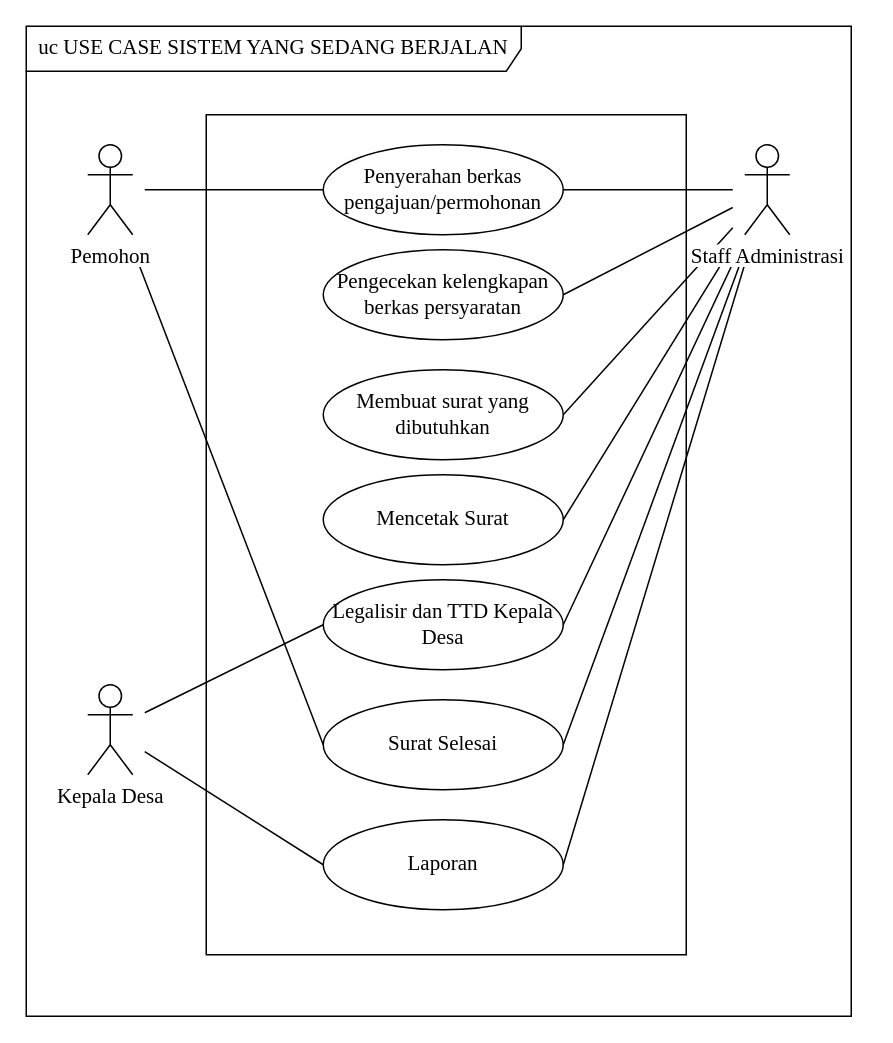
This is page "use case" (1 of 2) of prosedur yang berjalan.drawio from AkbarMarunduri/Saga-Diagram, a draw.io file, before an edit. Source tidied: cells renumbered, new cells numbered last; positions are measured from the earlier drawing's top-left corner, leaving out a move shared by most shapes. Both pictures are drawn from the tidied source at 150%, with x=0, y=0 at pixel (26, 26).
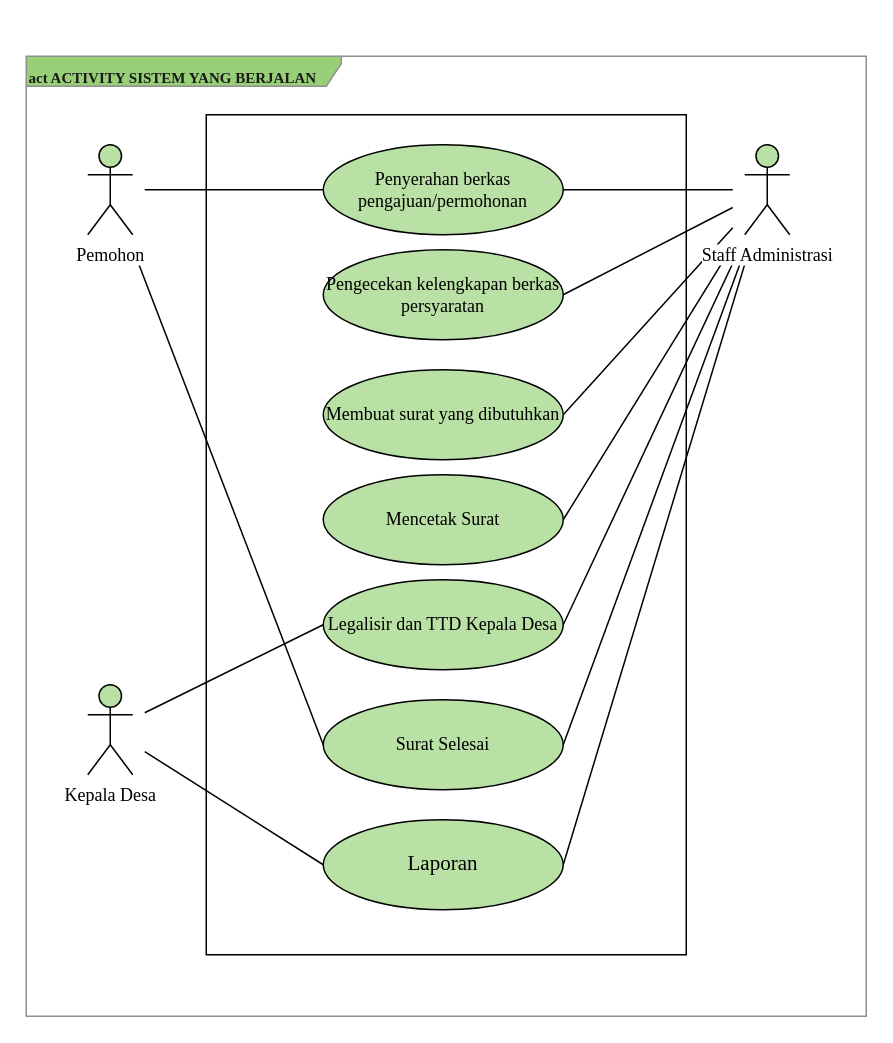
The same page after the edit.

What changed in the source:
```diff
@@
-    <mxCell id="2" value="uc USE CASE SISTEM YANG SEDANG BERJALAN" style="shape=umlFrame;whiteSpace=wrap;html=1;labelBackgroundColor=#FFFFFF;hachureGap=4;fontFamily=Times New Roman;fontSize=14;fillColor=none;width=330;height=30;" parent="1" vertex="1">
-      <mxGeometry width="550" height="660" as="geometry" />
-    </mxCell>
+    <mxCell id="25" value="&lt;font size=&quot;1&quot;&gt;&lt;b&gt;act ACTIVITY SISTEM YANG BERJALAN&lt;/b&gt;&lt;/font&gt;" style="shape=umlFrame;whiteSpace=wrap;html=1;hachureGap=4;fontFamily=Times New Roman;fontSize=20;width=210;height=20;fillColor=#97D077;strokeColor=#909090;fontColor=#1A1A1A;align=left;" parent="1" vertex="1">
+      <mxGeometry y="20" width="560" height="640" as="geometry" />
+    </mxCell>
@@
-    <mxCell id="4" style="edgeStyle=none;curved=1;rounded=0;hachureGap=4;jettySize=auto;html=1;entryX=0;entryY=0.5;entryDx=0;entryDy=0;fontFamily=Times New Roman;fontSize=14;endArrow=none;startSize=14;endSize=14;sourcePerimeterSpacing=8;targetPerimeterSpacing=8;endFill=0;" parent="1" edge="1" source="6" target="15">
+    <mxCell id="4" style="edgeStyle=none;curved=1;rounded=0;hachureGap=4;jettySize=auto;html=1;entryX=0;entryY=0.5;entryDx=0;entryDy=0;fontFamily=Times New Roman;fontSize=12;endArrow=none;startSize=14;endSize=14;sourcePerimeterSpacing=8;targetPerimeterSpacing=8;endFill=0;" parent="1" edge="1" source="6" target="15">
       <mxGeometry relative="1" as="geometry" />
     </mxCell>
-    <mxCell id="5" style="edgeStyle=none;curved=1;rounded=0;hachureGap=4;jettySize=auto;html=1;entryX=0;entryY=0.5;entryDx=0;entryDy=0;fontFamily=Times New Roman;fontSize=14;endArrow=none;endFill=0;startSize=14;endSize=14;sourcePerimeterSpacing=8;targetPerimeterSpacing=8;" parent="1" edge="1" source="6" target="20">
+    <mxCell id="5" style="edgeStyle=none;curved=1;rounded=0;hachureGap=4;jettySize=auto;html=1;entryX=0;entryY=0.5;entryDx=0;entryDy=0;fontFamily=Times New Roman;fontSize=12;endArrow=none;endFill=0;startSize=14;endSize=14;sourcePerimeterSpacing=8;targetPerimeterSpacing=8;" parent="1" edge="1" source="6" target="20">
       <mxGeometry relative="1" as="geometry" />
     </mxCell>
-    <mxCell id="6" value="&lt;span style=&quot;background-color: rgb(255 , 255 , 255)&quot;&gt;Pemohon&lt;/span&gt;" style="shape=umlActor;verticalLabelPosition=bottom;verticalAlign=top;html=1;outlineConnect=0;hachureGap=4;fontFamily=Times New Roman;fontSize=14;fillColor=none;" parent="1" vertex="1">
+    <mxCell id="6" value="&lt;span style=&quot;background-color: rgb(255, 255, 255); font-size: 12px;&quot;&gt;Pemohon&lt;/span&gt;" style="shape=umlActor;verticalLabelPosition=bottom;verticalAlign=top;html=1;outlineConnect=0;hachureGap=4;fontFamily=Times New Roman;fontSize=12;fillColor=#B9E0A5;" parent="1" vertex="1">
       <mxGeometry x="41" y="79" width="30" height="60" as="geometry" />
     </mxCell>
-    <mxCell id="7" style="edgeStyle=none;curved=1;rounded=0;hachureGap=4;jettySize=auto;html=1;entryX=1;entryY=0.5;entryDx=0;entryDy=0;fontFamily=Times New Roman;fontSize=14;endArrow=none;endFill=0;startSize=14;endSize=14;sourcePerimeterSpacing=8;targetPerimeterSpacing=8;" parent="1" edge="1" source="24" target="15">
+    <mxCell id="7" style="edgeStyle=none;curved=1;rounded=0;hachureGap=4;jettySize=auto;html=1;entryX=1;entryY=0.5;entryDx=0;entryDy=0;fontFamily=Times New Roman;fontSize=12;endArrow=none;endFill=0;startSize=14;endSize=14;sourcePerimeterSpacing=8;targetPerimeterSpacing=8;" parent="1" edge="1" source="24" target="15">
       <mxGeometry relative="1" as="geometry" />
     </mxCell>
-    <mxCell id="8" style="edgeStyle=none;curved=1;rounded=0;hachureGap=4;jettySize=auto;html=1;entryX=1;entryY=0.5;entryDx=0;entryDy=0;fontFamily=Times New Roman;fontSize=14;endArrow=none;endFill=0;startSize=14;endSize=14;sourcePerimeterSpacing=8;targetPerimeterSpacing=8;" parent="1" edge="1" source="24" target="16">
+    <mxCell id="8" style="edgeStyle=none;curved=1;rounded=0;hachureGap=4;jettySize=auto;html=1;entryX=1;entryY=0.5;entryDx=0;entryDy=0;fontFamily=Times New Roman;fontSize=12;endArrow=none;endFill=0;startSize=14;endSize=14;sourcePerimeterSpacing=8;targetPerimeterSpacing=8;" parent="1" edge="1" source="24" target="16">
       <mxGeometry relative="1" as="geometry" />
     </mxCell>
-    <mxCell id="9" style="edgeStyle=none;curved=1;rounded=0;hachureGap=4;jettySize=auto;html=1;entryX=1;entryY=0.5;entryDx=0;entryDy=0;fontFamily=Times New Roman;fontSize=14;endArrow=none;endFill=0;startSize=14;endSize=14;sourcePerimeterSpacing=8;targetPerimeterSpacing=8;" parent="1" edge="1" source="24" target="17">
+    <mxCell id="9" style="edgeStyle=none;curved=1;rounded=0;hachureGap=4;jettySize=auto;html=1;entryX=1;entryY=0.5;entryDx=0;entryDy=0;fontFamily=Times New Roman;fontSize=12;endArrow=none;endFill=0;startSize=14;endSize=14;sourcePerimeterSpacing=8;targetPerimeterSpacing=8;" parent="1" edge="1" source="24" target="17">
       <mxGeometry relative="1" as="geometry" />
     </mxCell>
-    <mxCell id="10" style="edgeStyle=none;curved=1;rounded=0;hachureGap=4;jettySize=auto;html=1;entryX=1;entryY=0.5;entryDx=0;entryDy=0;fontFamily=Times New Roman;fontSize=14;endArrow=none;endFill=0;startSize=14;endSize=14;sourcePerimeterSpacing=8;targetPerimeterSpacing=8;" parent="1" edge="1" source="24" target="18">
+    <mxCell id="10" style="edgeStyle=none;curved=1;rounded=0;hachureGap=4;jettySize=auto;html=1;entryX=1;entryY=0.5;entryDx=0;entryDy=0;fontFamily=Times New Roman;fontSize=12;endArrow=none;endFill=0;startSize=14;endSize=14;sourcePerimeterSpacing=8;targetPerimeterSpacing=8;" parent="1" edge="1" source="24" target="18">
       <mxGeometry relative="1" as="geometry" />
     </mxCell>
@@
-    <mxCell id="13" style="edgeStyle=none;curved=1;rounded=0;hachureGap=4;jettySize=auto;html=1;entryX=0;entryY=0.5;entryDx=0;entryDy=0;fontFamily=Times New Roman;fontSize=14;endArrow=none;endFill=0;startSize=14;endSize=14;sourcePerimeterSpacing=8;targetPerimeterSpacing=8;" parent="1" edge="1" source="14" target="19">
+    <mxCell id="13" style="edgeStyle=none;curved=1;rounded=0;hachureGap=4;jettySize=auto;html=1;entryX=0;entryY=0.5;entryDx=0;entryDy=0;fontFamily=Times New Roman;fontSize=12;endArrow=none;endFill=0;startSize=14;endSize=14;sourcePerimeterSpacing=8;targetPerimeterSpacing=8;" parent="1" edge="1" source="14" target="19">
       <mxGeometry relative="1" as="geometry" />
     </mxCell>
-    <mxCell id="14" value="Kepala Desa" style="shape=umlActor;verticalLabelPosition=bottom;verticalAlign=top;html=1;outlineConnect=0;hachureGap=4;fontFamily=Times New Roman;fontSize=14;fillColor=none;" parent="1" vertex="1">
+    <mxCell id="14" value="Kepala Desa" style="shape=umlActor;verticalLabelPosition=bottom;verticalAlign=top;html=1;outlineConnect=0;hachureGap=4;fontFamily=Times New Roman;fontSize=12;fillColor=#B9E0A5;" parent="1" vertex="1">
       <mxGeometry x="41" y="439" width="30" height="60" as="geometry" />
     </mxCell>
-    <mxCell id="15" value="Penyerahan berkas pengajuan/permohonan" style="ellipse;whiteSpace=wrap;html=1;hachureGap=4;fontFamily=Times New Roman;fontSize=14;fillColor=none;" parent="1" vertex="1">
+    <mxCell id="15" value="Penyerahan berkas pengajuan/permohonan" style="ellipse;whiteSpace=wrap;html=1;hachureGap=4;fontFamily=Times New Roman;fontSize=12;fillColor=#B9E0A5;" parent="1" vertex="1">
       <mxGeometry x="198" y="79" width="160" height="60" as="geometry" />
     </mxCell>
-    <mxCell id="16" value="Pengecekan kelengkapan berkas persyaratan" style="ellipse;whiteSpace=wrap;html=1;hachureGap=4;fontFamily=Times New Roman;fontSize=14;fillColor=none;" parent="1" vertex="1">
+    <mxCell id="16" value="Pengecekan kelengkapan berkas persyaratan" style="ellipse;whiteSpace=wrap;html=1;hachureGap=4;fontFamily=Times New Roman;fontSize=12;fillColor=#B9E0A5;" parent="1" vertex="1">
       <mxGeometry x="198" y="149" width="160" height="60" as="geometry" />
     </mxCell>
-    <mxCell id="17" value="Membuat surat yang dibutuhkan" style="ellipse;whiteSpace=wrap;html=1;hachureGap=4;fontFamily=Times New Roman;fontSize=14;fillColor=none;" parent="1" vertex="1">
+    <mxCell id="17" value="Membuat surat yang dibutuhkan" style="ellipse;whiteSpace=wrap;html=1;hachureGap=4;fontFamily=Times New Roman;fontSize=12;fillColor=#B9E0A5;" parent="1" vertex="1">
       <mxGeometry x="198" y="229" width="160" height="60" as="geometry" />
     </mxCell>
-    <mxCell id="18" value="Mencetak Surat" style="ellipse;whiteSpace=wrap;html=1;hachureGap=4;fontFamily=Times New Roman;fontSize=14;fillColor=none;" parent="1" vertex="1">
+    <mxCell id="18" value="Mencetak Surat" style="ellipse;whiteSpace=wrap;html=1;hachureGap=4;fontFamily=Times New Roman;fontSize=12;fillColor=#B9E0A5;" parent="1" vertex="1">
       <mxGeometry x="198" y="299" width="160" height="60" as="geometry" />
     </mxCell>
-    <mxCell id="19" value="Legalisir dan TTD Kepala Desa" style="ellipse;whiteSpace=wrap;html=1;hachureGap=4;fontFamily=Times New Roman;fontSize=14;fillColor=none;" parent="1" vertex="1">
+    <mxCell id="19" value="Legalisir dan TTD Kepala Desa" style="ellipse;whiteSpace=wrap;html=1;hachureGap=4;fontFamily=Times New Roman;fontSize=12;fillColor=#B9E0A5;" parent="1" vertex="1">
       <mxGeometry x="198" y="369" width="160" height="60" as="geometry" />
     </mxCell>
-    <mxCell id="20" value="Surat Selesai" style="ellipse;whiteSpace=wrap;html=1;hachureGap=4;fontFamily=Times New Roman;fontSize=14;fillColor=none;" parent="1" vertex="1">
+    <mxCell id="20" value="Surat Selesai" style="ellipse;whiteSpace=wrap;html=1;hachureGap=4;fontFamily=Times New Roman;fontSize=12;fillColor=#B9E0A5;" parent="1" vertex="1">
       <mxGeometry x="198" y="449" width="160" height="60" as="geometry" />
     </mxCell>
-    <mxCell id="21" value="Laporan" style="ellipse;whiteSpace=wrap;html=1;hachureGap=4;fontFamily=Times New Roman;fontSize=14;fillColor=none;" parent="1" vertex="1">
+    <mxCell id="21" value="Laporan" style="ellipse;whiteSpace=wrap;html=1;hachureGap=4;fontFamily=Times New Roman;fontSize=14;fillColor=#B9E0A5;" parent="1" vertex="1">
       <mxGeometry x="198" y="529" width="160" height="60" as="geometry" />
     </mxCell>
-    <mxCell id="22" style="edgeStyle=none;curved=1;rounded=0;hachureGap=4;jettySize=auto;html=1;entryX=1;entryY=0.5;entryDx=0;entryDy=0;fontFamily=Times New Roman;fontSize=14;endArrow=none;endFill=0;startSize=14;endSize=14;sourcePerimeterSpacing=8;targetPerimeterSpacing=8;" parent="1" edge="1" source="24" target="19">
+    <mxCell id="22" style="edgeStyle=none;curved=1;rounded=0;hachureGap=4;jettySize=auto;html=1;entryX=1;entryY=0.5;entryDx=0;entryDy=0;fontFamily=Times New Roman;fontSize=12;endArrow=none;endFill=0;startSize=14;endSize=14;sourcePerimeterSpacing=8;targetPerimeterSpacing=8;" parent="1" edge="1" source="24" target="19">
       <mxGeometry relative="1" as="geometry" />
     </mxCell>
-    <mxCell id="23" style="edgeStyle=none;curved=1;rounded=0;hachureGap=4;jettySize=auto;html=1;entryX=1;entryY=0.5;entryDx=0;entryDy=0;fontFamily=Times New Roman;fontSize=14;endArrow=none;endFill=0;startSize=14;endSize=14;sourcePerimeterSpacing=8;targetPerimeterSpacing=8;" parent="1" edge="1" source="24" target="20">
+    <mxCell id="23" style="edgeStyle=none;curved=1;rounded=0;hachureGap=4;jettySize=auto;html=1;entryX=1;entryY=0.5;entryDx=0;entryDy=0;fontFamily=Times New Roman;fontSize=12;endArrow=none;endFill=0;startSize=14;endSize=14;sourcePerimeterSpacing=8;targetPerimeterSpacing=8;" parent="1" edge="1" source="24" target="20">
       <mxGeometry relative="1" as="geometry" />
     </mxCell>
-    <mxCell id="24" value="&lt;span style=&quot;background-color: rgb(255 , 255 , 255)&quot;&gt;Staff Administrasi&lt;/span&gt;" style="shape=umlActor;verticalLabelPosition=bottom;verticalAlign=top;html=1;outlineConnect=0;hachureGap=4;fontFamily=Times New Roman;fontSize=14;fillColor=none;" parent="1" vertex="1">
+    <mxCell id="24" value="&lt;span style=&quot;background-color: rgb(255, 255, 255); font-size: 12px;&quot;&gt;Staff Administrasi&lt;/span&gt;" style="shape=umlActor;verticalLabelPosition=bottom;verticalAlign=top;html=1;outlineConnect=0;hachureGap=4;fontFamily=Times New Roman;fontSize=12;fillColor=#B9E0A5;" parent="1" vertex="1">
       <mxGeometry x="479" y="79" width="30" height="60" as="geometry" />
     </mxCell>
```
